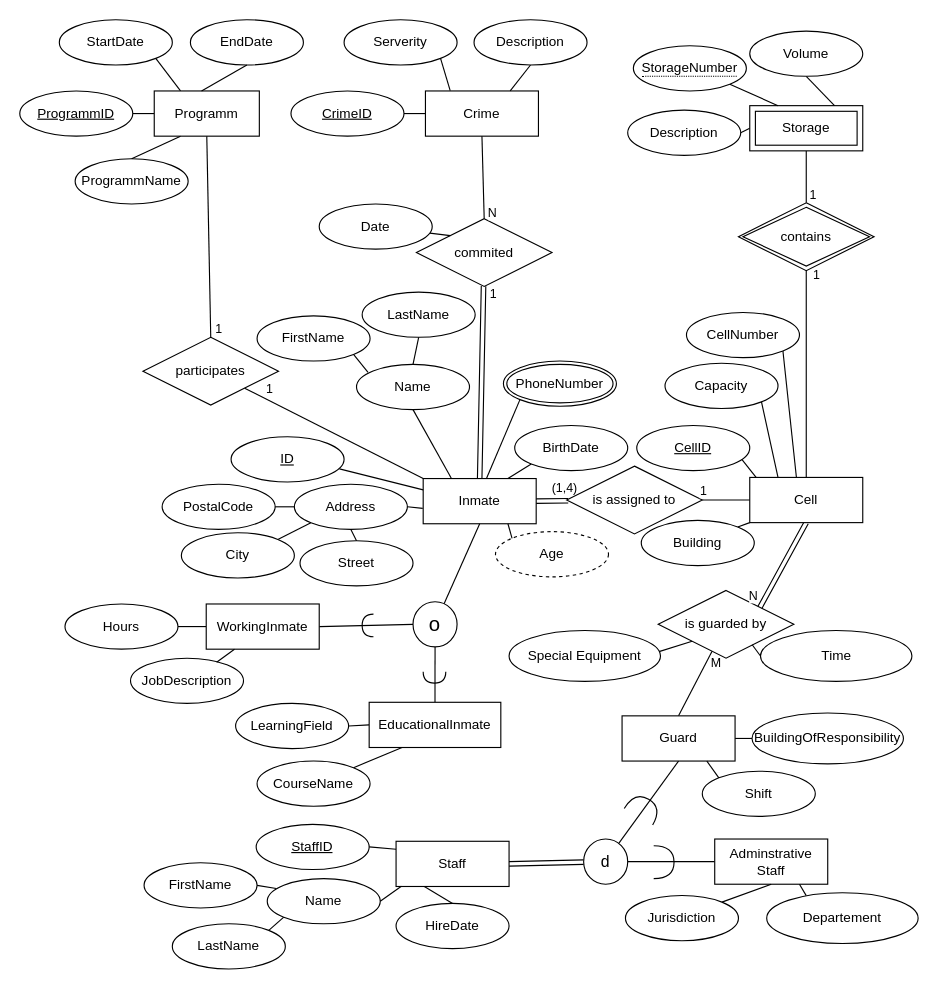
Above: assets/erprison.drawio in Norman1m/MyPrison (draw.io), before the change. Source tidied: cells renumbered, new cells numbered last; positions are measured from the earlier drawing's top-left corner, leaving out a move shared by most shapes. Both pictures are drawn from the tidied source at 113%, with x=0, y=0 at pixel (19, 19).
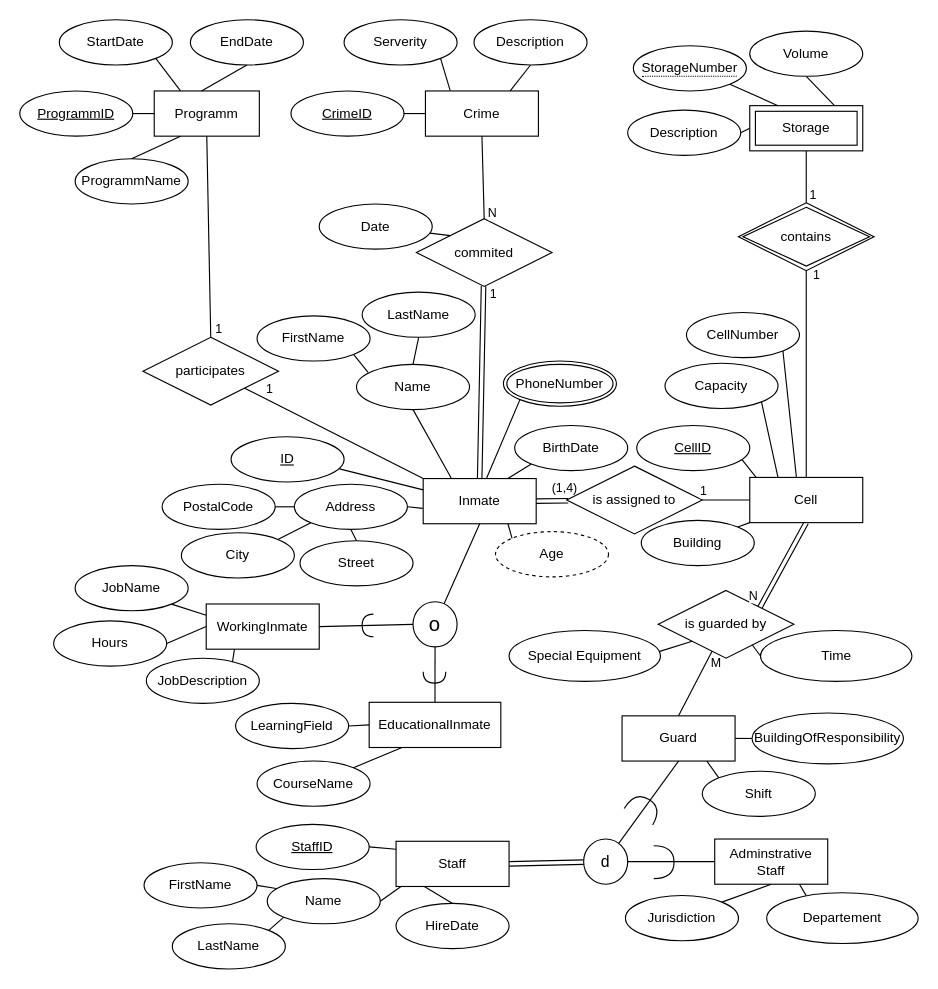
The same diagram, later.

The change refers to these unchanged cells:
```xml
<mxCell id="57" value="WorkingInmate" style="whiteSpace=wrap;html=1;align=center;" parent="1" vertex="1">
  <mxGeometry x="165" y="517" width="100" height="40" as="geometry" />
</mxCell>
```

Change to the diagram source:
```diff
@@
     <mxCell id="58" value="JobDescription" style="ellipse;whiteSpace=wrap;html=1;align=center;" parent="1" vertex="1">
-      <mxGeometry x="98" y="565" width="100" height="40" as="geometry" />
+      <mxGeometry x="112" y="565" width="100" height="40" as="geometry" />
     </mxCell>
@@
     <mxCell id="65" value="Hours" style="ellipse;whiteSpace=wrap;html=1;align=center;" parent="1" vertex="1">
-      <mxGeometry x="40" y="517" width="100" height="40" as="geometry" />
+      <mxGeometry x="30" y="532" width="100" height="40" as="geometry" />
     </mxCell>
@@
+    <mxCell id="131" style="endArrow=none;html=1;rounded=0;exitX=1;exitY=1;exitDx=0;exitDy=0;entryX=0;entryY=0.25;entryDx=0;entryDy=0;" parent="1" edge="1" source="132" target="57">
+      <mxGeometry relative="1" as="geometry" />
+    </mxCell>
+    <mxCell id="132" value="JobName" style="ellipse;whiteSpace=wrap;html=1;align=center;" parent="1" vertex="1">
+      <mxGeometry x="49" y="483" width="100" height="40" as="geometry" />
+    </mxCell>
```
